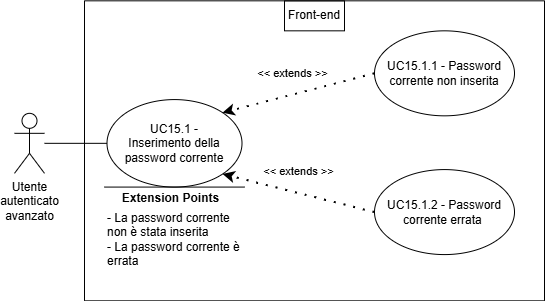
SkarabGroup/DocumentazioneProgetto keeps this draw.io diagram as assets/diagrams/UC15_1.png. Above is the earlier version. Source tidied: cells renumbered, new cells last; positions are measured from the earlier drawing's top-left corner, leaving out a move shared by most shapes.
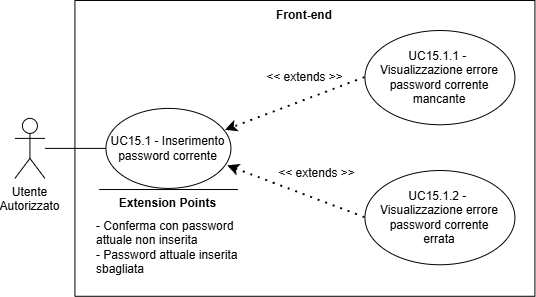
After the commit.

Diff of the diagram source:
```diff
@@ -2,55 +2,50 @@
   <root>
     <mxCell id="0" />
     <mxCell id="1" parent="0" />
-    <mxCell id="2" value="Utente&lt;div&gt;&lt;span style=&quot;background-color: transparent; color: light-dark(rgb(0, 0, 0), rgb(255, 255, 255));&quot;&gt;autenticato&lt;/span&gt;&lt;/div&gt;&lt;div&gt;&lt;span style=&quot;background-color: transparent; color: light-dark(rgb(0, 0, 0), rgb(255, 255, 255));&quot;&gt;avanzato&lt;/span&gt;&lt;/div&gt;" style="shape=umlActor;verticalLabelPosition=bottom;verticalAlign=top;html=1;outlineConnect=0;align=center;" parent="1" vertex="1">
-      <mxGeometry y="112.8" width="30" height="60" as="geometry" />
-    </mxCell>
-    <mxCell id="3" style="swimlane;startSize=0;" parent="1" vertex="1">
-      <mxGeometry x="70" y="0.3" width="460" height="300" as="geometry" />
-    </mxCell>
-    <mxCell id="4" style="ellipse;whiteSpace=wrap;html=1;" parent="3" vertex="1">
-      <mxGeometry x="22.5" y="98.8" width="135" height="87.5" as="geometry" />
-    </mxCell>
-    <mxCell id="5" style="ellipse;whiteSpace=wrap;html=1;" parent="3" vertex="1">
-      <mxGeometry x="290" y="30" width="140" height="85" as="geometry" />
-    </mxCell>
-    <mxCell id="6" style="endArrow=none;html=1;rounded=0;" parent="3" edge="1">
-      <mxGeometry relative="1" as="geometry">
-        <mxPoint x="20" y="186.2" as="sourcePoint" />
-        <mxPoint x="160" y="186.2" as="targetPoint" />
-      </mxGeometry>
-    </mxCell>
+    <mxCell id="17" style="swimlane;startSize=0;" parent="1" vertex="1">
+      <mxGeometry x="1077.4" y="1580" width="460" height="295.8" as="geometry" />
+    </mxCell>
+    <mxCell id="18" value="UC15.1.1 -&amp;nbsp;&lt;div&gt;Visualizzazione errore password corrente mancante&lt;/div&gt;" style="ellipse;whiteSpace=wrap;html=1;" parent="17" vertex="1">
+      <mxGeometry x="290" y="30" width="150" height="94.2" as="geometry" />
+    </mxCell>
+    <mxCell id="19" style="endArrow=classic;dashed=1;html=1;dashPattern=1 3;strokeWidth=2;rounded=0;entryX=0.956;entryY=0.274;entryDx=0;entryDy=0;exitX=0;exitY=0.5;exitDx=0;exitDy=0;strokeColor=default;curved=0;endFill=1;endSize=6;entryPerimeter=0;" parent="17" edge="1" source="18" target="21">
+      <mxGeometry relative="1" as="geometry" />
+    </mxCell>
+    <mxCell id="20" value="&lt;div&gt;&amp;lt;&amp;lt; extends &amp;gt;&amp;gt;&lt;/div&gt;" style="text;html=1;whiteSpace=wrap;strokeColor=none;fillColor=none;align=center;verticalAlign=middle;rounded=0;" parent="17" vertex="1">
+      <mxGeometry x="182.5" y="62.1" width="95" height="30" as="geometry" />
+    </mxCell>
+    <mxCell id="15" value="Front-end" style="text;html=1;whiteSpace=wrap;strokeColor=none;fillColor=none;align=center;verticalAlign=middle;rounded=0;perimeterSpacing=1;fontStyle=1;" parent="17" vertex="1">
+      <mxGeometry x="200" width="60" height="30" as="geometry" />
+    </mxCell>
+    <mxCell id="21" value="UC15.1 - Inserimento password corrente" style="ellipse;whiteSpace=wrap;html=1;" parent="17" vertex="1">
+      <mxGeometry x="31" y="107.9" width="125" height="80" as="geometry" />
+    </mxCell>
+    <mxCell id="22" value="UC15.1.2 -&amp;nbsp;&lt;div&gt;Visualizzazione errore password corrente&lt;/div&gt;&lt;div&gt;errata&lt;/div&gt;" style="ellipse;whiteSpace=wrap;html=1;" parent="17" vertex="1">
+      <mxGeometry x="290" y="170" width="150" height="94.2" as="geometry" />
+    </mxCell>
+    <mxCell id="23" style="endArrow=classic;dashed=1;html=1;dashPattern=1 3;strokeWidth=2;rounded=0;entryX=0.974;entryY=0.718;entryDx=0;entryDy=0;exitX=0;exitY=0.5;exitDx=0;exitDy=0;strokeColor=default;curved=0;endFill=1;endSize=6;entryPerimeter=0;" parent="17" edge="1" source="22" target="21">
+      <mxGeometry relative="1" as="geometry" />
+    </mxCell>
+    <mxCell id="24" value="&lt;div&gt;&amp;lt;&amp;lt; extends &amp;gt;&amp;gt;&lt;/div&gt;" style="text;html=1;whiteSpace=wrap;strokeColor=none;fillColor=none;align=center;verticalAlign=middle;rounded=0;" parent="17" vertex="1">
+      <mxGeometry x="195" y="157.9" width="95" height="30" as="geometry" />
+    </mxCell>
+    <mxCell id="25" value="&lt;div&gt;Utente&lt;/div&gt;&lt;div&gt;Autorizzato&lt;/div&gt;" style="shape=umlActor;verticalLabelPosition=bottom;verticalAlign=top;html=1;outlineConnect=0;" parent="1" vertex="1">
+      <mxGeometry x="1017.4" y="1697.9" width="30" height="60" as="geometry" />
+    </mxCell>
+    <mxCell id="26" style="endArrow=none;html=1;rounded=0;entryX=0;entryY=0.5;entryDx=0;entryDy=0;" parent="1" edge="1" source="25" target="21">
+      <mxGeometry relative="1" as="geometry" />
+    </mxCell>
+    <mxCell id="27" style="endArrow=none;html=1;rounded=0;" parent="1" edge="1">
+      <mxGeometry relative="1" as="geometry">
+        <mxPoint x="1240.4" y="1769" as="sourcePoint" />
+        <mxPoint x="1101.7" y="1769" as="targetPoint" />
+      </mxGeometry>
+    </mxCell>
-    <mxCell id="7" value="&lt;b&gt;&lt;font style=&quot;font-size: 12px;&quot;&gt;Extension Points&lt;/font&gt;&lt;/b&gt;" style="edgeLabel;html=1;align=center;verticalAlign=middle;" parent="6" vertex="1">
-      <mxGeometry x="0.65" relative="1" as="geometry">
-        <mxPoint x="-50" y="11" as="offset" />
-      </mxGeometry>
+    <mxCell id="7" value="&lt;b&gt;Extension Points&lt;/b&gt;" style="text;html=1;whiteSpace=wrap;strokeColor=none;fillColor=none;align=center;verticalAlign=middle;rounded=0;strokeWidth=5;" parent="1" vertex="1">
+      <mxGeometry x="1113.4" y="1768" width="115" height="30" as="geometry" />
     </mxCell>
-    <mxCell id="8" value="- La password corrente non è stata inserita&lt;div&gt;- La password corrente è errata&lt;/div&gt;" style="text;html=1;align=left;verticalAlign=middle;whiteSpace=wrap;rounded=0;" parent="3" vertex="1">
-      <mxGeometry x="21.2" y="223.8" width="137.5" height="30" as="geometry" />
-    </mxCell>
-    <mxCell id="9" value="UC15.1.1 - Password corrente non inserita" style="text;html=1;align=center;verticalAlign=middle;whiteSpace=wrap;rounded=0;" parent="3" vertex="1">
-      <mxGeometry x="295" y="37.5" width="130" height="70" as="geometry" />
-    </mxCell>
-    <mxCell id="10" style="ellipse;whiteSpace=wrap;html=1;" parent="3" vertex="1">
-      <mxGeometry x="290" y="168.8" width="140" height="85" as="geometry" />
-    </mxCell>
-    <mxCell id="11" value="UC15.1.2 - Password corrente errata&amp;nbsp;" style="text;html=1;align=center;verticalAlign=middle;whiteSpace=wrap;rounded=0;" parent="3" vertex="1">
-      <mxGeometry x="295" y="176.2" width="130" height="70" as="geometry" />
-    </mxCell>
-    <mxCell id="12" value="&amp;lt;&amp;lt; extends &amp;gt;&amp;gt;" style="endArrow=classic;startArrow=none;endFill=1;startFill=0;html=1;verticalAlign=bottom;dashed=1;labelBackgroundColor=none;rounded=0;dashPattern=1 4;curved=0;endSize=6;strokeWidth=2;exitX=0;exitY=0.5;exitDx=0;exitDy=0;entryX=1;entryY=1;entryDx=0;entryDy=0;" parent="3" edge="1" source="10" target="4">
-      <mxGeometry x="0.04" y="-12" relative="1" as="geometry" />
-    </mxCell>
-    <mxCell id="13" value="&amp;lt;&amp;lt; extends &amp;gt;&amp;gt;" style="endArrow=classic;startArrow=none;endFill=1;startFill=0;html=1;verticalAlign=bottom;dashed=1;labelBackgroundColor=none;rounded=0;dashPattern=1 4;curved=0;endSize=6;strokeWidth=2;exitX=0;exitY=0.5;exitDx=0;exitDy=0;entryX=1;entryY=0;entryDx=0;entryDy=0;" parent="3" edge="1" source="5" target="4">
-      <mxGeometry x="0.04" y="-12" relative="1" as="geometry" />
-    </mxCell>
-    <mxCell id="14" value="&lt;div style=&quot;&quot;&gt;UC15.1 - Inserimento della password corrente&lt;/div&gt;" style="text;html=1;align=center;verticalAlign=middle;whiteSpace=wrap;rounded=0;" parent="3" vertex="1">
-      <mxGeometry x="35" y="107.5" width="110" height="70" as="geometry" />
-    </mxCell>
-    <mxCell id="15" value="Front-end" style="text;html=1;align=center;verticalAlign=middle;whiteSpace=wrap;rounded=0;strokeColor=default;perimeterSpacing=1;" parent="3" vertex="1">
-      <mxGeometry x="200" width="60" height="30" as="geometry" />
-    </mxCell>
-    <mxCell id="16" style="endArrow=none;html=1;rounded=0;entryX=0;entryY=0.5;entryDx=0;entryDy=0;" parent="1" edge="1" source="2" target="4">
-      <mxGeometry relative="1" as="geometry" />
-    </mxCell>
+    <mxCell id="28" value="&lt;div align=&quot;left&quot;&gt;- Conferma con password attuale non inserita&lt;/div&gt;&lt;div align=&quot;left&quot;&gt;- Password attuale inserita sbagliata&lt;/div&gt;" style="text;html=1;whiteSpace=wrap;strokeColor=none;fillColor=none;align=left;verticalAlign=middle;rounded=0;" parent="1" vertex="1">
+      <mxGeometry x="1097.4" y="1781.9" width="147" height="90" as="geometry" />
+    </mxCell>
   </root>
 </mxGraphModel>
```
